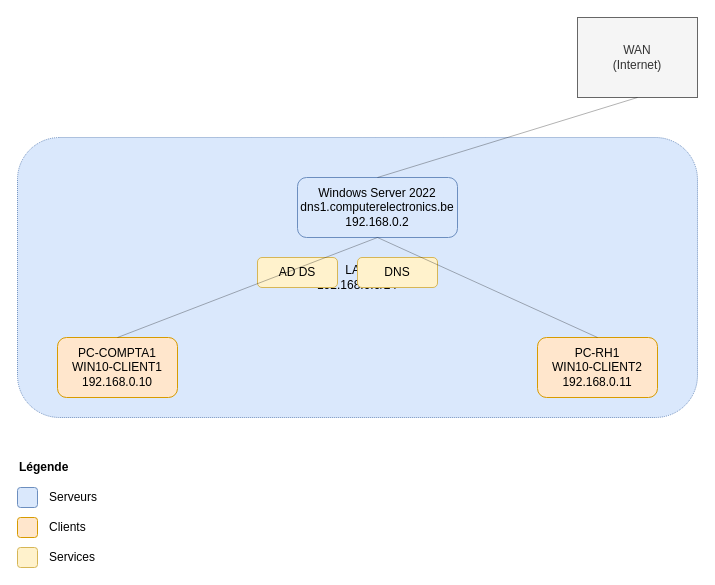
This is diagrams/infrastructure_complete.drawio from choquitofrito/ActiveDirectory, a draw.io file, before an edit. Source tidied: cells renumbered, new cells numbered last; positions are measured from the earlier drawing's top-left corner, leaving out a move shared by most shapes. Both pictures are drawn from the tidied source at 100%, with x=0, y=0 at pixel (17, 17).
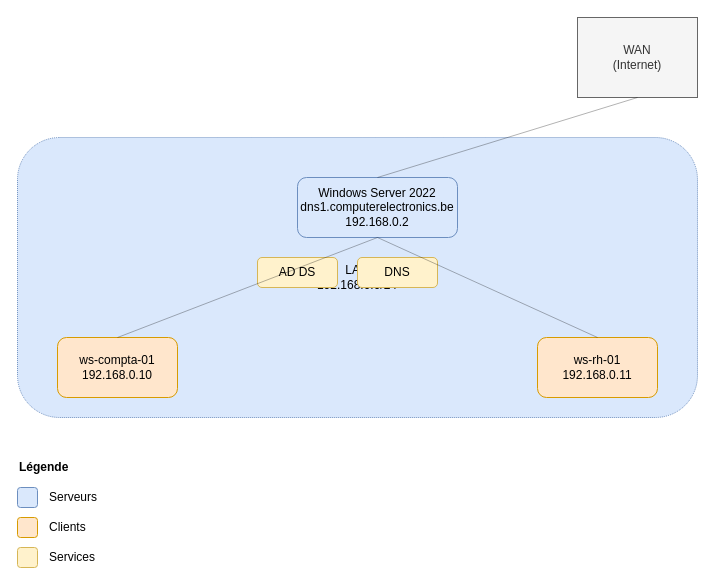
After the change.

Diff of the diagram source:
```diff
@@
 <mxGraphModel>
   <root>
     <mxCell id="0" />
     <mxCell id="1" parent="0" />
     <mxCell id="2" value="WAN&#10;(Internet)" style="cloud;whiteSpace=wrap;html=1;fillColor=#f5f5f5;strokeColor=#666666;fontColor=#333333;" parent="1" vertex="1">
       <mxGeometry x="560" width="120" height="80" as="geometry" />
     </mxCell>
     <mxCell id="3" value="LAN&#10;192.168.0.0/24" style="rounded=1;whiteSpace=wrap;html=1;fillColor=#dae8fc;strokeColor=#6c8ebf;dashed=1;dashPattern=1 1;" parent="1" vertex="1">
       <mxGeometry y="120" width="680" height="280" as="geometry" />
     </mxCell>
     <mxCell id="4" value="Windows Server 2022&#10;dns1.computerelectronics.be&#10;192.168.0.2" style="rounded=1;whiteSpace=wrap;html=1;fillColor=#dae8fc;strokeColor=#6c8ebf;" parent="1" vertex="1">
       <mxGeometry x="280" y="160" width="160" height="60" as="geometry" />
     </mxCell>
     <mxCell id="5" value="AD DS" style="rounded=1;whiteSpace=wrap;html=1;fillColor=#fff2cc;strokeColor=#d6b656;" parent="1" vertex="1">
       <mxGeometry x="240" y="240" width="80" height="30" as="geometry" />
     </mxCell>
     <mxCell id="6" value="DNS" style="rounded=1;whiteSpace=wrap;html=1;fillColor=#fff2cc;strokeColor=#d6b656;" parent="1" vertex="1">
       <mxGeometry x="340" y="240" width="80" height="30" as="geometry" />
     </mxCell>
-    <mxCell id="7" value="PC-COMPTA1&#10;WIN10-CLIENT1&#10;192.168.0.10" style="rounded=1;whiteSpace=wrap;html=1;fillColor=#ffe6cc;strokeColor=#d79b00;" parent="1" vertex="1">
+    <mxCell id="7" value="ws-compta-01&#10;192.168.0.10" style="rounded=1;whiteSpace=wrap;html=1;fillColor=#ffe6cc;strokeColor=#d79b00;" parent="1" vertex="1">
       <mxGeometry x="40" y="320" width="120" height="60" as="geometry" />
     </mxCell>
-    <mxCell id="8" value="PC-RH1&#10;WIN10-CLIENT2&#10;192.168.0.11" style="rounded=1;whiteSpace=wrap;html=1;fillColor=#ffe6cc;strokeColor=#d79b00;" parent="1" vertex="1">
+    <mxCell id="8" value="ws-rh-01&#10;192.168.0.11" style="rounded=1;whiteSpace=wrap;html=1;fillColor=#ffe6cc;strokeColor=#d79b00;" parent="1" vertex="1">
       <mxGeometry x="520" y="320" width="120" height="60" as="geometry" />
     </mxCell>
     <mxCell id="9" style="endArrow=none;html=1;rounded=0;exitX=0.5;exitY=0;exitDx=0;exitDy=0;entryX=0.5;entryY=1;entryDx=0;entryDy=0;opacity=30;" parent="1" edge="1" source="7" target="4">
       <mxGeometry relative="1" as="geometry" />
     </mxCell>
     <mxCell id="10" style="endArrow=none;html=1;rounded=0;exitX=0.5;exitY=0;exitDx=0;exitDy=0;entryX=0.5;entryY=1;entryDx=0;entryDy=0;opacity=30;" parent="1" edge="1" source="8" target="4">
       <mxGeometry relative="1" as="geometry" />
     </mxCell>
     <mxCell id="11" style="endArrow=none;html=1;rounded=0;exitX=0.5;exitY=0;exitDx=0;exitDy=0;entryX=0.5;entryY=1;entryDx=0;entryDy=0;opacity=30;" parent="1" edge="1" source="4" target="2">
       <mxGeometry relative="1" as="geometry" />
     </mxCell>
     <mxCell id="12" value="Légende" style="text;html=1;strokeColor=none;fillColor=none;align=left;verticalAlign=middle;whiteSpace=wrap;rounded=0;fontStyle=1;" parent="1" vertex="1">
       <mxGeometry y="440" width="60" height="20" as="geometry" />
     </mxCell>
     <mxCell id="13" style="rounded=1;whiteSpace=wrap;html=1;fillColor=#dae8fc;strokeColor=#6c8ebf;" parent="1" vertex="1">
       <mxGeometry y="470" width="20" height="20" as="geometry" />
     </mxCell>
     <mxCell id="14" value="Serveurs" style="text;html=1;strokeColor=none;fillColor=none;align=left;verticalAlign=middle;whiteSpace=wrap;rounded=0;" parent="1" vertex="1">
       <mxGeometry x="30" y="470" width="60" height="20" as="geometry" />
     </mxCell>
     <mxCell id="15" style="rounded=1;whiteSpace=wrap;html=1;fillColor=#ffe6cc;strokeColor=#d79b00;" parent="1" vertex="1">
       <mxGeometry y="500" width="20" height="20" as="geometry" />
     </mxCell>
     <mxCell id="16" value="Clients" style="text;html=1;strokeColor=none;fillColor=none;align=left;verticalAlign=middle;whiteSpace=wrap;rounded=0;" parent="1" vertex="1">
       <mxGeometry x="30" y="500" width="60" height="20" as="geometry" />
     </mxCell>
     <mxCell id="17" style="rounded=1;whiteSpace=wrap;html=1;fillColor=#fff2cc;strokeColor=#d6b656;" parent="1" vertex="1">
       <mxGeometry y="530" width="20" height="20" as="geometry" />
     </mxCell>
     <mxCell id="18" value="Services" style="text;html=1;strokeColor=none;fillColor=none;align=left;verticalAlign=middle;whiteSpace=wrap;rounded=0;" parent="1" vertex="1">
       <mxGeometry x="30" y="530" width="60" height="20" as="geometry" />
     </mxCell>
   </root>
 </mxGraphModel>
```
